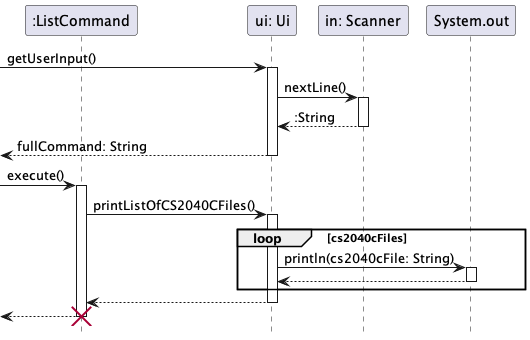
Before: docs/sequence-diagrams/diagrams/Ui.png, a diagram exported from PlantUML (ong-ck/tp).
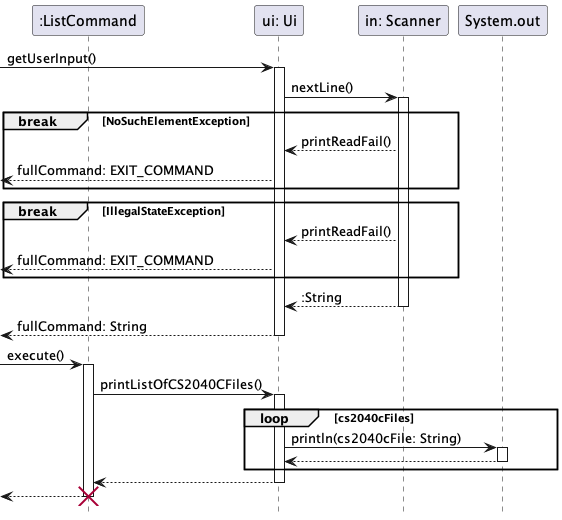
The same file after the commit.

Commit message:
Add break for exceptions for step 2 visualisation under Ui section in DG

What changed in the source:
```diff
@@ -10,6 +10,17 @@
 activate Ui
     Ui -> Scanner: nextLine()
     activate Scanner
+
+    break NoSuchElementException
+    Ui <-- Scanner : printReadFail()
+    <-- Ui : fullCommand: EXIT_COMMAND
+    end
+
+    break IllegalStateException
+    Ui <-- Scanner : printReadFail()
+    <-- Ui : fullCommand: EXIT_COMMAND
+    end
+
     return :String
 return fullCommand: String
 
```
